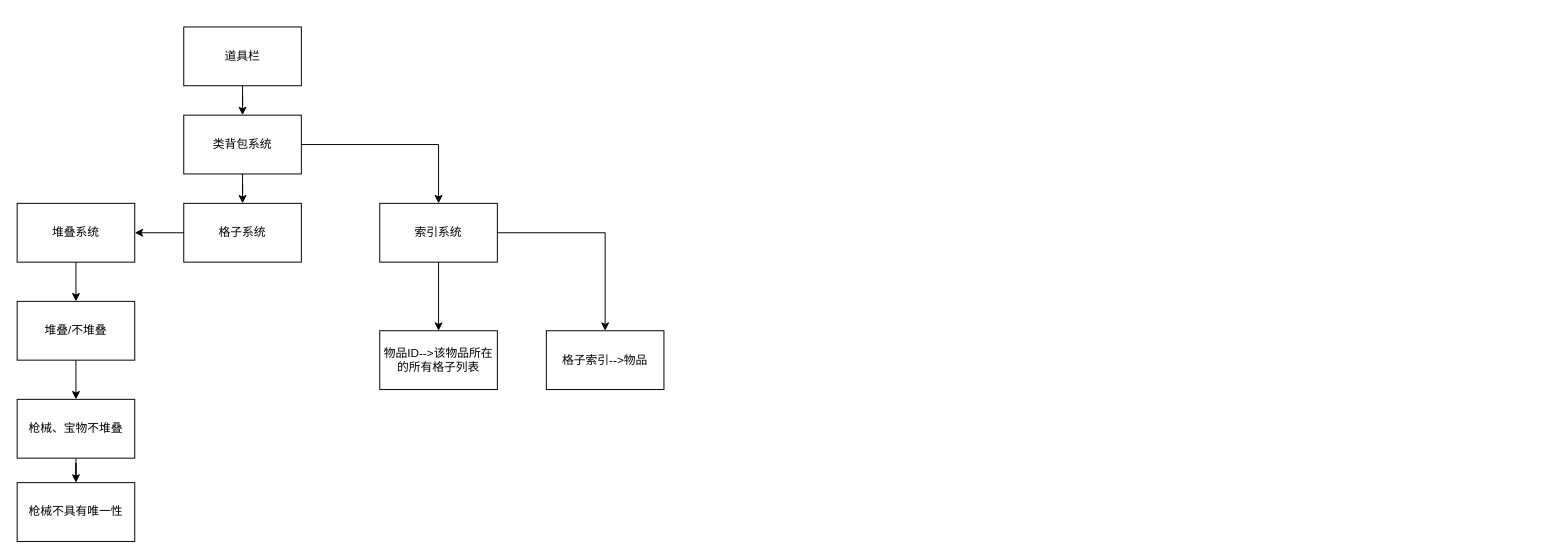
This is 小镇玩法.drawio from junpfeng/UE, a draw.io file, before an edit. Source tidied: cells renumbered, new cells numbered last; positions are measured from the earlier drawing's top-left corner, leaving out a move shared by most shapes. Both pictures are drawn from the tidied source at 98%, with x=0, y=0 at pixel (17, 26).
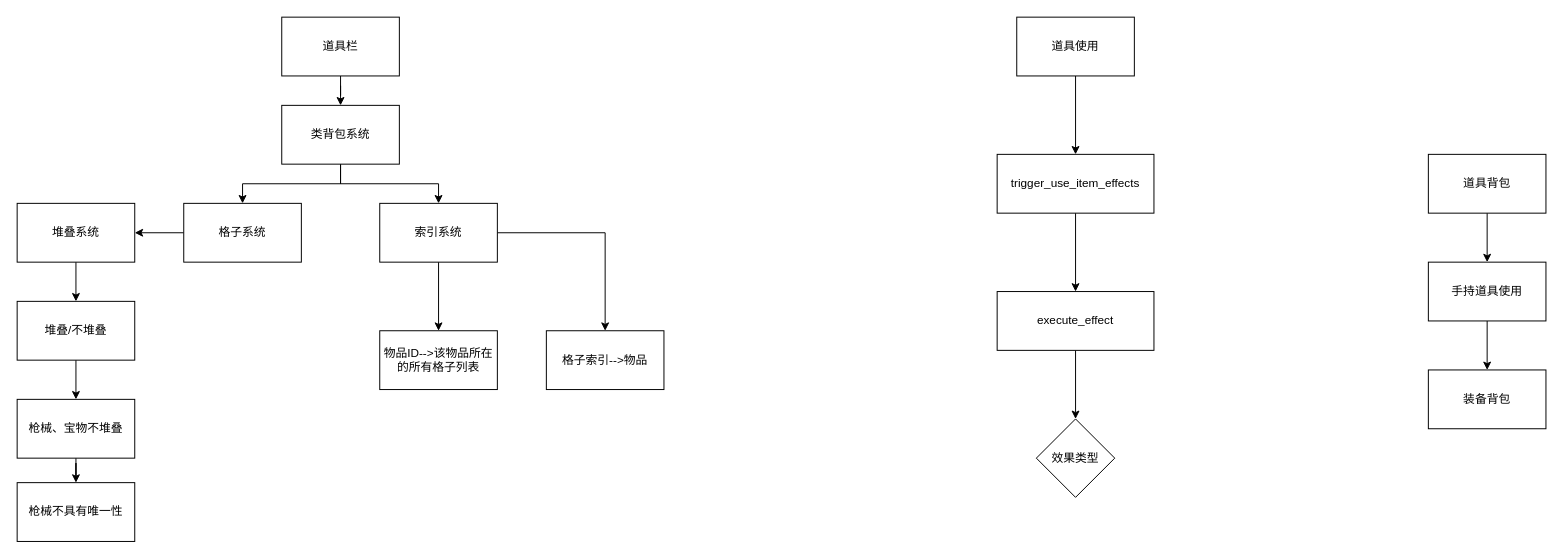
After the change.

Commit message:
更新小镇玩法.drawio

Change to the diagram source:
```diff
@@
     <mxCell id="3" value="道具栏" style="rounded=0;whiteSpace=wrap;html=1;" parent="1" vertex="1">
-      <mxGeometry x="170" width="120" height="60" as="geometry" />
+      <mxGeometry x="270" y="-10" width="120" height="60" as="geometry" />
     </mxCell>
@@
     <mxCell id="6" value="类背包系统" style="rounded=0;whiteSpace=wrap;html=1;" parent="1" vertex="1">
-      <mxGeometry x="170" y="90" width="120" height="60" as="geometry" />
+      <mxGeometry x="270" y="80" width="120" height="60" as="geometry" />
     </mxCell>
@@
+    <mxCell id="21" style="edgeStyle=orthogonalEdgeStyle;rounded=0;jettySize=auto;html=1;" parent="1" edge="1" source="22" target="24">
+      <mxGeometry relative="1" as="geometry" />
+    </mxCell>
+    <mxCell id="22" value="道具使用" style="rounded=0;whiteSpace=wrap;html=1;" parent="1" vertex="1">
+      <mxGeometry x="1020" y="-10" width="120" height="60" as="geometry" />
+    </mxCell>
+    <mxCell id="23" style="edgeStyle=orthogonalEdgeStyle;rounded=0;jettySize=auto;html=1;" parent="1" edge="1" source="24" target="26">
+      <mxGeometry relative="1" as="geometry" />
+    </mxCell>
+    <mxCell id="24" value="trigger_use_item_effects" style="rounded=0;whiteSpace=wrap;html=1;" parent="1" vertex="1">
+      <mxGeometry x="1000" y="130" width="160" height="60" as="geometry" />
+    </mxCell>
+    <mxCell id="25" style="edgeStyle=orthogonalEdgeStyle;rounded=0;jettySize=auto;html=1;" parent="1" edge="1" source="26" target="27">
+      <mxGeometry relative="1" as="geometry" />
+    </mxCell>
+    <mxCell id="26" value="execute_effect" style="rounded=0;whiteSpace=wrap;html=1;" parent="1" vertex="1">
+      <mxGeometry x="1000" y="270" width="160" height="60" as="geometry" />
+    </mxCell>
+    <mxCell id="27" value="效果类型" style="rhombus;whiteSpace=wrap;html=1;rounded=0;" parent="1" vertex="1">
+      <mxGeometry x="1040" y="400" width="80" height="80" as="geometry" />
+    </mxCell>
+    <mxCell id="28" style="edgeStyle=orthogonalEdgeStyle;rounded=0;jettySize=auto;html=1;" parent="1" edge="1" source="29" target="32">
+      <mxGeometry relative="1" as="geometry" />
+    </mxCell>
+    <mxCell id="29" value="手持道具使用" style="rounded=0;whiteSpace=wrap;html=1;" parent="1" vertex="1">
+      <mxGeometry x="1440" y="240" width="120" height="60" as="geometry" />
+    </mxCell>
+    <mxCell id="30" style="edgeStyle=orthogonalEdgeStyle;rounded=0;jettySize=auto;html=1;" parent="1" edge="1" source="31" target="29">
+      <mxGeometry relative="1" as="geometry" />
+    </mxCell>
+    <mxCell id="31" value="道具背包" style="rounded=0;whiteSpace=wrap;html=1;" parent="1" vertex="1">
+      <mxGeometry x="1440" y="130" width="120" height="60" as="geometry" />
+    </mxCell>
+    <mxCell id="32" value="装备背包" style="rounded=0;whiteSpace=wrap;html=1;" parent="1" vertex="1">
+      <mxGeometry x="1440" y="350" width="120" height="60" as="geometry" />
+    </mxCell>
```
